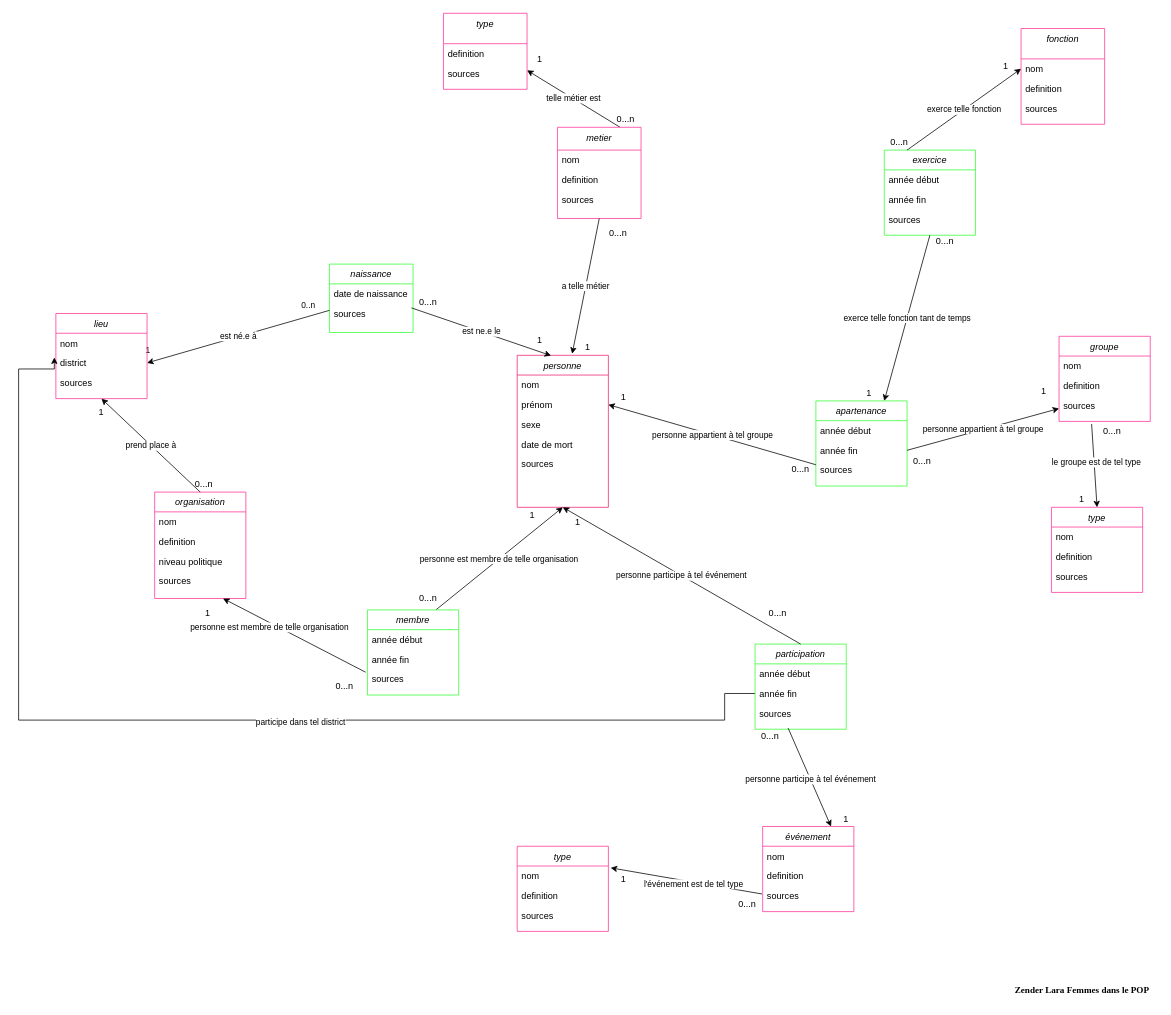
The draw.io diagram MCD_POP.drawio in Zenderl/memoire_POP, before the edit. Source tidied: cells renumbered, new cells numbered last; positions are measured from the earlier drawing's top-left corner, leaving out a move shared by most shapes. Both pictures are drawn from the tidied source at 76%, with x=0, y=0 at pixel (18, 13).
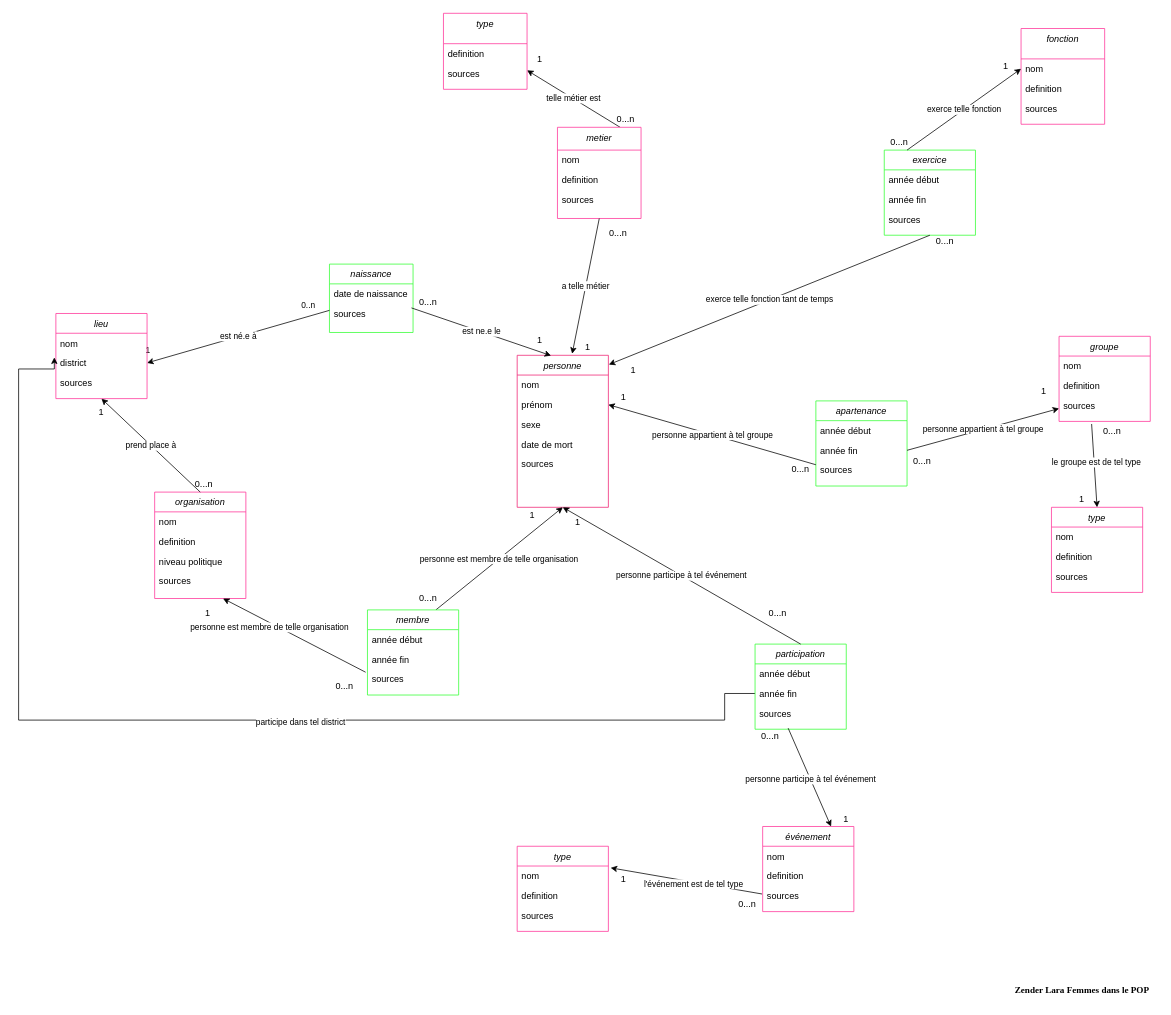
Above is the later version.

Unchanged cells that the change refers to:
```xml
<mxCell id="2" value="personne" style="swimlane;fontStyle=2;align=center;verticalAlign=top;horizontal=1;startSize=26;rounded=0;shadow=0;strokeWidth=1;strokeColor=#F02274;" parent="1" vertex="1">
  <mxGeometry x="656" y="450" width="120" height="200" as="geometry" />
</mxCell>
<mxCell id="86" value="apartenance" style="swimlane;fontStyle=2;align=center;verticalAlign=top;horizontal=1;startSize=26;rounded=0;shadow=0;strokeWidth=1;strokeColor=#33FF33;" parent="1" vertex="1">
  <mxGeometry x="1049" y="510" width="120" height="112" as="geometry" />
</mxCell>
<mxCell id="99" value="exercice" style="swimlane;fontStyle=2;align=center;verticalAlign=top;horizontal=1;startSize=26;rounded=0;shadow=0;strokeWidth=1;strokeColor=#33FF33;" parent="1" vertex="1">
  <mxGeometry x="1139" y="180" width="120" height="112" as="geometry" />
</mxCell>
```

What changed in the source:
```diff
@@
-    <mxCell id="108" value="exerce telle fonction tant de temps" style="edgeStyle=none;html=1;exitX=0.5;exitY=1;exitDx=0;exitDy=0;entryX=0.75;entryY=0;entryDx=0;entryDy=0;" parent="1" edge="1" source="99" target="86">
+    <mxCell id="108" value="exerce telle fonction tant de temps" style="edgeStyle=none;html=1;exitX=0.5;exitY=1;exitDx=0;exitDy=0;entryX=1.005;entryY=0.061;entryDx=0;entryDy=0;entryPerimeter=0;" parent="1" edge="1" source="99" target="2">
       <mxGeometry relative="1" as="geometry" />
     </mxCell>
     <mxCell id="109" value="1" style="text;strokeColor=none;align=center;fillColor=none;html=1;verticalAlign=middle;whiteSpace=wrap;rounded=0;" parent="1" vertex="1">
-      <mxGeometry x="1099" y="490" width="40" height="20" as="geometry" />
+      <mxGeometry x="789" y="460" width="40" height="20" as="geometry" />
     </mxCell>
```
